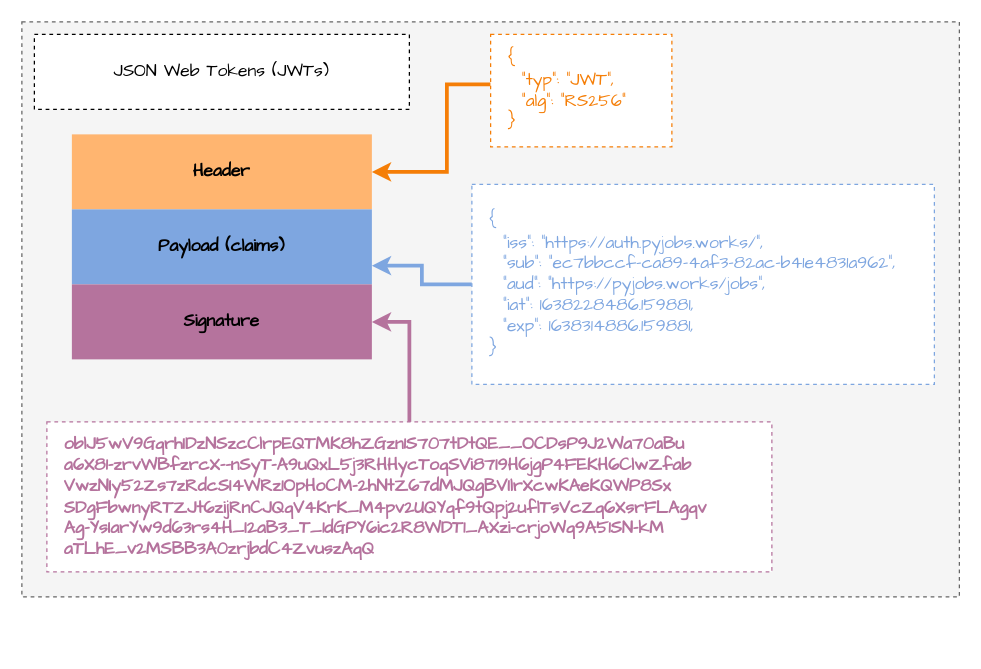
Before: page "jwt" (5 of 5) of auth_workshop.drawio in abunuwas/conferences-images, a draw.io diagram. Source tidied: cells renumbered, new cells numbered last; positions are measured from the earlier drawing's top-left corner, leaving out a move shared by most shapes. Both pictures are drawn from the tidied source at 125%, with x=0, y=0 at pixel (21, 21).
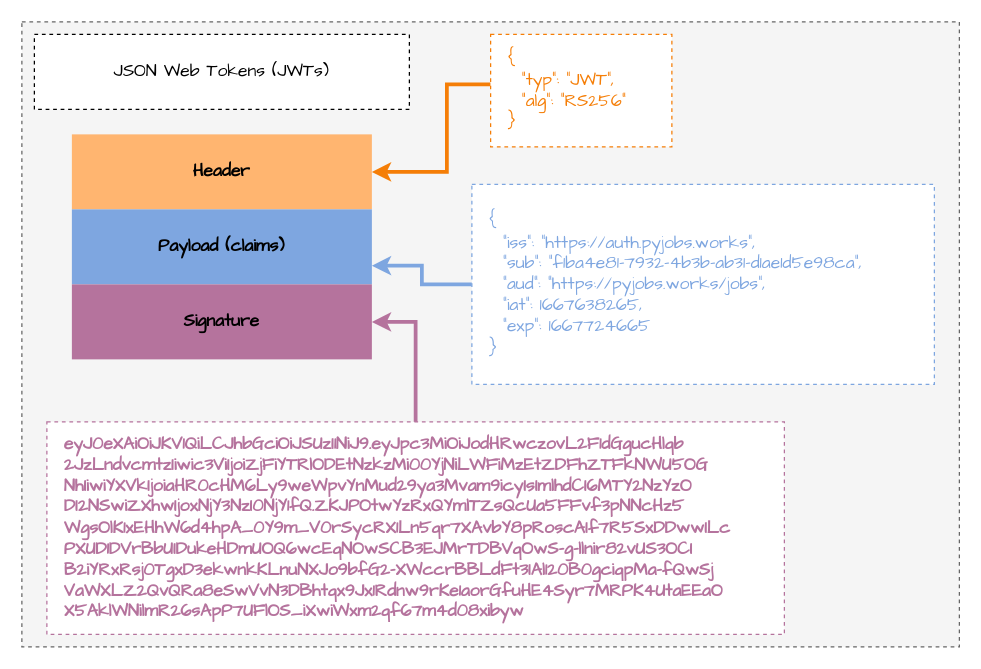
After the change.

Diff of the diagram source:
```diff
@@
 <mxGraphModel>
   <root>
     <mxCell id="0" />
     <mxCell id="1" parent="0" />
     <mxCell id="2" style="rounded=0;whiteSpace=wrap;html=1;fillColor=#f5f5f5;fontColor=#333333;strokeColor=#666666;fontFamily=Comic Sans MS;fontSize=14;dashed=1;" parent="1" vertex="1">
-      <mxGeometry width="750" height="460" as="geometry" />
+      <mxGeometry width="750" height="500" as="geometry" />
     </mxCell>
     <mxCell id="3" style="edgeStyle=orthogonalEdgeStyle;rounded=0;jettySize=auto;html=1;entryX=1;entryY=0.5;entryDx=0;entryDy=0;fontColor=#B5739D;strokeWidth=3;strokeColor=#B5739D;fontFamily=Comic Sans MS;fontSize=14;" parent="1" edge="1" source="4" target="10">
       <mxGeometry relative="1" as="geometry" />
     </mxCell>
-    <mxCell id="4" value="oblJ5wV9GqrhIDzNSzcClrpEQTMK8hZGzn1S707tDtQE__OCDsP9J2Wa70aBu&lt;br style=&quot;font-size: 14px;&quot;&gt;a6X81-zrvWBfzrcX--nSyT-A9uQxL5j3RHHycToqSVi87I9H6jgP4FEKH6ClwZfab&lt;br style=&quot;font-size: 14px;&quot;&gt;VwzNIy52Zs7zRdcSI4WRz1OpHoCM-2hNtZ67dMJQgBVIlrXcwKAeKQWP8Sx&lt;br style=&quot;font-size: 14px;&quot;&gt;SDgFbwnyRTZJt6zijRnCJQqV4KrK_M4pv2UQYqf9tQpj2uflTsVcZq6XsrFLAgqv&lt;br style=&quot;font-size: 14px;&quot;&gt;Ag-YsIarYw9d63rs4H_I2aB3_T_1dGPY6ic2R8WDT1_AXzi-crjoWq9A51SN-kM&lt;br style=&quot;font-size: 14px;&quot;&gt;aTLhE_v2MSBB3A0zrjbdC4ZvuszAqQ" style="text;strokeColor=#B5739D;fillColor=default;align=left;verticalAlign=middle;rounded=0;html=1;whiteSpace=wrap;fontColor=#B5739D;fontStyle=1;fontFamily=Comic Sans MS;fontSize=14;spacing=7;dashed=1;spacingTop=7;spacingLeft=7;spacingBottom=7;spacingRight=7;" parent="1" vertex="1">
-      <mxGeometry x="20" y="320" width="580" height="120" as="geometry" />
+    <mxCell id="4" value="eyJ0eXAiOiJKV1QiLCJhbGciOiJSUzI1NiJ9.eyJpc3MiOiJodHRwczovL2F1dGgucHlqb&lt;br&gt;2JzLndvcmtzIiwic3ViIjoiZjFiYTRlODEtNzkzMi00YjNiLWFiMzEtZDFhZTFkNWU5OG&lt;br&gt;NhIiwiYXVkIjoiaHR0cHM6Ly9weWpvYnMud29ya3Mvam9icyIsImlhdCI6MTY2NzYzO&lt;br&gt;DI2NSwiZXhwIjoxNjY3NzI0NjY1fQ.ZKJPOtwYzRxQYmlTZsQcUa5FFvf3pNNcHz5&lt;br&gt;WgsOlK1xEHhW6d4hpA_0Y9m_V0rSycRX1Ln5qr7XAvbY8pRoscAIf7R5SxDDwwILc&lt;br&gt;PXUD1DVrBbUIDukeHDmUOQ6wcEqNOwSCB3EJMrTDBVqOwS-g-llnir82vUS3OCI&lt;br&gt;B2iYRxRsj0TgxD3ekwnkKLnuNXJo9bfG2-XWccrBBLdFt3IAl120B0gciqpMa-fQwSj&lt;br&gt;VaWXLZ2QvQRa8eSwVvN3DBhtqx9Jx1Rdnw9rKe1aorGfuHE4Syr7MRPK4UtaEEaO&lt;br&gt;X5AklWNilmR26sApP7UFlOS_iXwiWxm2qf67m4d08xibyw" style="text;strokeColor=#B5739D;fillColor=default;align=left;verticalAlign=middle;rounded=0;html=1;whiteSpace=wrap;fontColor=#B5739D;fontStyle=1;fontFamily=Comic Sans MS;fontSize=14;spacing=7;dashed=1;spacingTop=7;spacingLeft=7;spacingBottom=7;spacingRight=7;" parent="1" vertex="1">
+      <mxGeometry x="20" y="320" width="590" height="170" as="geometry" />
     </mxCell>
     <mxCell id="5" style="edgeStyle=orthogonalEdgeStyle;rounded=0;jettySize=auto;html=1;entryX=1;entryY=0.5;entryDx=0;entryDy=0;fontColor=#B5739D;strokeWidth=3;strokeColor=#F57E07;startArrow=none;fontFamily=Comic Sans MS;fontSize=14;" parent="1" edge="1" source="11" target="8">
       <mxGeometry relative="1" as="geometry">
         <Array as="points">
           <mxPoint x="340" y="50" />
           <mxPoint x="340" y="120" />
         </Array>
       </mxGeometry>
     </mxCell>
     <mxCell id="6" style="edgeStyle=orthogonalEdgeStyle;rounded=0;jettySize=auto;html=1;fontColor=#B5739D;strokeWidth=3;strokeColor=#7EA6E0;exitX=0;exitY=0.5;exitDx=0;exitDy=0;entryX=1;entryY=0.75;entryDx=0;entryDy=0;fontFamily=Comic Sans MS;fontSize=14;" parent="1" edge="1" source="7" target="9">
       <mxGeometry relative="1" as="geometry" />
     </mxCell>
-    <mxCell id="7" value="&lt;div style=&quot;font-size: 14px;&quot;&gt;{&lt;/div&gt;&lt;div style=&quot;font-size: 14px;&quot;&gt;&amp;nbsp; &quot;iss&quot;: &quot;https://auth.pyjobs.works/&quot;,&lt;/div&gt;&lt;div style=&quot;font-size: 14px;&quot;&gt;&amp;nbsp; &quot;sub&quot;: &quot;ec7bbccf-ca89-4af3-82ac-b41e4831a962&quot;,&lt;/div&gt;&lt;div style=&quot;font-size: 14px;&quot;&gt;&amp;nbsp; &quot;aud&quot;: &quot;https://pyjobs.works/jobs&quot;,&lt;/div&gt;&lt;div style=&quot;font-size: 14px;&quot;&gt;&amp;nbsp; &quot;iat&quot;: 1638228486.159881,&lt;/div&gt;&lt;div style=&quot;font-size: 14px;&quot;&gt;&amp;nbsp; &quot;exp&quot;: 1638314886.159881,&lt;/div&gt;&lt;div style=&quot;font-size: 14px;&quot;&gt;&lt;span style=&quot;font-size: 14px;&quot;&gt;}&lt;/span&gt;&lt;/div&gt;" style="text;html=1;strokeColor=#7EA6E0;fillColor=default;align=left;verticalAlign=middle;whiteSpace=wrap;rounded=0;fontColor=#7EA6E0;fontFamily=Comic Sans MS;fontSize=14;spacingLeft=7;spacingBottom=7;spacingTop=7;spacing=7;dashed=1;spacingRight=7;" parent="1" vertex="1">
+    <mxCell id="7" value="&lt;div style=&quot;font-size: 14px;&quot;&gt;{&lt;/div&gt;&lt;div style=&quot;font-size: 14px;&quot;&gt;&lt;div&gt;&amp;nbsp; &quot;iss&quot;: &quot;https://auth.pyjobs.works&quot;,&lt;/div&gt;&lt;div&gt;&amp;nbsp; &quot;sub&quot;: &quot;f1ba4e81-7932-4b3b-ab31-d1ae1d5e98ca&quot;,&lt;/div&gt;&lt;div&gt;&amp;nbsp; &quot;aud&quot;: &quot;https://pyjobs.works/jobs&quot;,&lt;/div&gt;&lt;div&gt;&amp;nbsp; &quot;iat&quot;: 1667638265,&lt;/div&gt;&lt;div&gt;&amp;nbsp; &quot;exp&quot;: 1667724665&lt;/div&gt;&lt;/div&gt;&lt;div style=&quot;font-size: 14px;&quot;&gt;&lt;span style=&quot;font-size: 14px;&quot;&gt;}&lt;/span&gt;&lt;/div&gt;" style="text;html=1;strokeColor=#7EA6E0;fillColor=default;align=left;verticalAlign=middle;whiteSpace=wrap;rounded=0;fontColor=#7EA6E0;fontFamily=Comic Sans MS;fontSize=14;spacingLeft=7;spacingBottom=7;spacingTop=7;spacing=7;dashed=1;spacingRight=7;" parent="1" vertex="1">
       <mxGeometry x="360" y="130" width="370" height="160" as="geometry" />
     </mxCell>
     <mxCell id="8" value="Header" style="text;html=1;strokeColor=none;fillColor=#FFB570;align=center;verticalAlign=middle;whiteSpace=wrap;rounded=0;fontFamily=Comic Sans MS;fontSize=14;fontStyle=1;" parent="1" vertex="1">
       <mxGeometry x="40" y="90" width="240" height="60" as="geometry" />
     </mxCell>
     <mxCell id="9" value="Payload (claims)" style="text;html=1;strokeColor=none;fillColor=#7EA6E0;align=center;verticalAlign=middle;whiteSpace=wrap;rounded=0;fontFamily=Comic Sans MS;fontSize=14;fontStyle=1;" parent="1" vertex="1">
       <mxGeometry x="40" y="150" width="240" height="60" as="geometry" />
     </mxCell>
     <mxCell id="10" value="Signature" style="text;html=1;strokeColor=none;fillColor=#B5739D;align=center;verticalAlign=middle;whiteSpace=wrap;rounded=0;fontFamily=Comic Sans MS;fontSize=14;fontStyle=1;" parent="1" vertex="1">
       <mxGeometry x="40" y="210" width="240" height="60" as="geometry" />
     </mxCell>
     <mxCell id="11" value="&lt;div style=&quot;font-size: 14px;&quot;&gt;{&lt;/div&gt;&lt;div style=&quot;font-size: 14px;&quot;&gt;&amp;nbsp; &quot;typ&quot;: &quot;JWT&quot;,&lt;/div&gt;&lt;div style=&quot;font-size: 14px;&quot;&gt;&amp;nbsp; &quot;alg&quot;: &quot;RS256&quot;&lt;/div&gt;&lt;div style=&quot;font-size: 14px;&quot;&gt;}&lt;/div&gt;" style="text;html=1;strokeColor=#F57E07;fillColor=default;align=left;verticalAlign=middle;whiteSpace=wrap;rounded=0;fontColor=#F57E07;fontFamily=Comic Sans MS;fontSize=14;spacing=7;dashed=1;spacingLeft=7;spacingTop=7;spacingBottom=7;spacingRight=7;" parent="1" vertex="1">
       <mxGeometry x="375" y="10" width="145" height="90" as="geometry" />
     </mxCell>
     <mxCell id="12" value="JSON Web Tokens (JWTs)" style="rounded=0;whiteSpace=wrap;html=1;dashed=1;fontFamily=Comic Sans MS;fontSize=14;fontColor=#000000;strokeColor=#000000;" parent="1" vertex="1">
       <mxGeometry x="10" y="10" width="300" height="60" as="geometry" />
     </mxCell>
   </root>
 </mxGraphModel>
```
